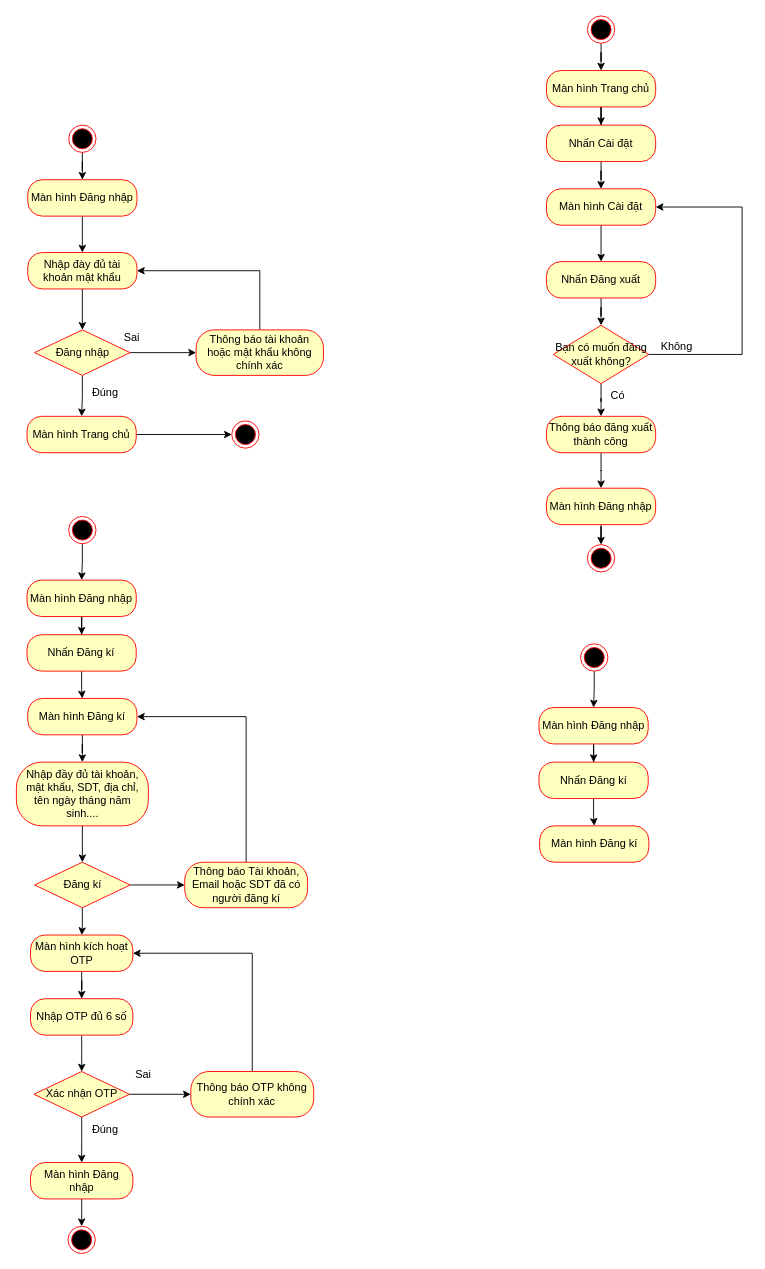
This is mockup-topfood.drawio from PhamHuyThien/top-food, a draw.io file, before an edit. Source tidied: cells renumbered, new cells numbered last; positions are measured from the earlier drawing's top-left corner, leaving out a move shared by most shapes. Both pictures are drawn from the tidied source at 91%, with x=0, y=0 at pixel (15, 15).
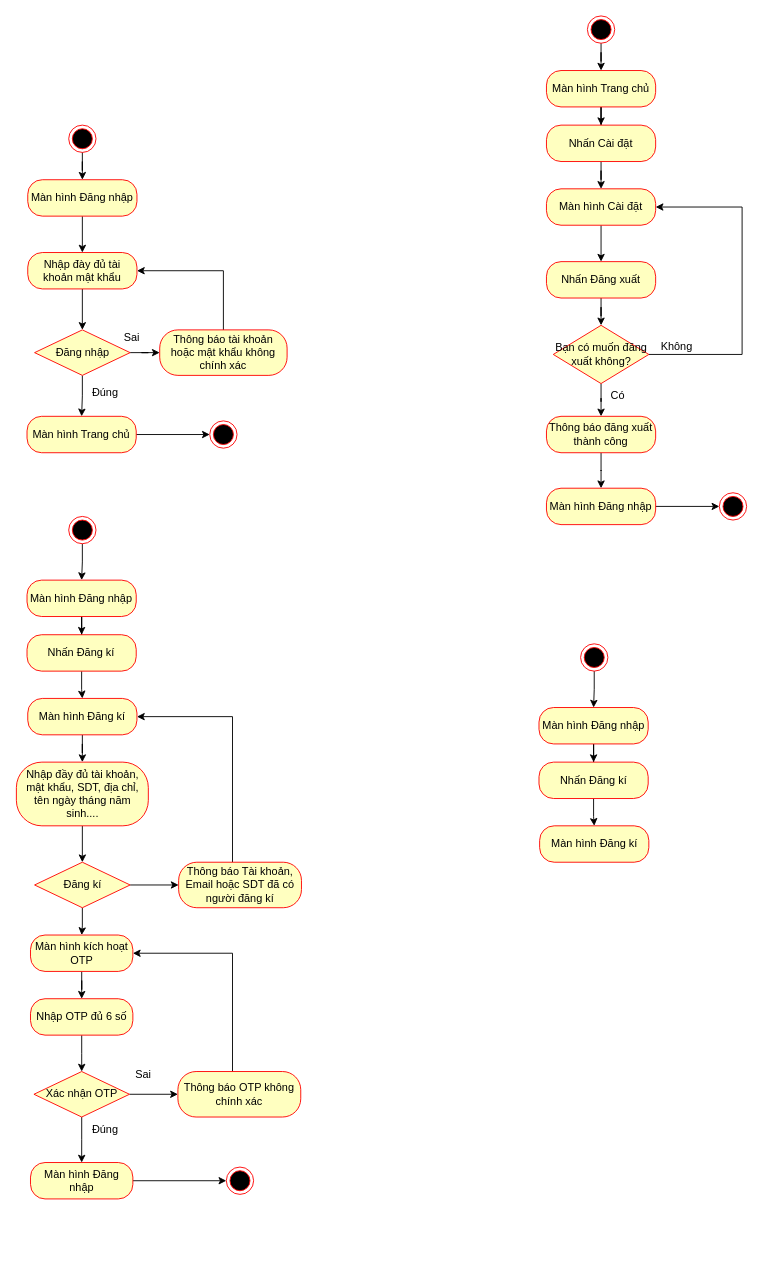
The same page after the edit.

The change refers to these unchanged cells:
```xml
<mxCell id="7" value="Nhập đày đủ tài khoản mật khẩu" style="rounded=1;whiteSpace=wrap;html=1;arcSize=40;fontColor=#000000;fillColor=#ffffc0;strokeColor=#ff0000;" parent="1" vertex="1">
  <mxGeometry x="13" y="260" width="120" height="40" as="geometry" />
</mxCell>
<mxCell id="21" value="Màn hình Đăng kí" style="rounded=1;whiteSpace=wrap;html=1;arcSize=40;fontColor=#000000;fillColor=#ffffc0;strokeColor=#ff0000;" parent="1" vertex="1">
  <mxGeometry x="13" y="750" width="120" height="40" as="geometry" />
</mxCell>
<mxCell id="30" value="Màn hình kích hoạt OTP" style="rounded=1;whiteSpace=wrap;html=1;arcSize=40;fontColor=#000000;fillColor=#ffffc0;strokeColor=#ff0000;" parent="1" vertex="1">
  <mxGeometry x="16" y="1010" width="112.5" height="40" as="geometry" />
</mxCell>
<mxCell id="39" value="Màn hình Đăng nhập" style="rounded=1;whiteSpace=wrap;html=1;arcSize=40;fontColor=#000000;fillColor=#ffffc0;strokeColor=#ff0000;" parent="1" vertex="1">
  <mxGeometry x="16" y="1260" width="112.5" height="40" as="geometry" />
</mxCell>
<mxCell id="51" value="Màn hình Đăng nhập" style="rounded=1;whiteSpace=wrap;html=1;arcSize=40;fontColor=#000000;fillColor=#ffffc0;strokeColor=#ff0000;" parent="1" vertex="1">
  <mxGeometry x="583" y="519" width="120" height="40" as="geometry" />
</mxCell>
```

Change to the diagram source:
```diff
@@
     <mxCell id="11" style="edgeStyle=orthogonalEdgeStyle;rounded=0;jettySize=auto;html=1;entryX=1;entryY=0.5;entryDx=0;entryDy=0;" parent="1" edge="1" source="12" target="7">
       <mxGeometry relative="1" as="geometry">
         <Array as="points">
-          <mxPoint x="268" y="280" />
+          <mxPoint x="228" y="280" />
         </Array>
       </mxGeometry>
     </mxCell>
     <mxCell id="12" value="Thông báo tài khoản hoặc mật khẩu không chính xác" style="rounded=1;whiteSpace=wrap;html=1;arcSize=40;fontColor=#000000;fillColor=#ffffc0;strokeColor=#ff0000;" parent="1" vertex="1">
-      <mxGeometry x="198" y="345" width="140" height="50" as="geometry" />
+      <mxGeometry x="158" y="345" width="140" height="50" as="geometry" />
     </mxCell>
@@
     <mxCell id="15" style="ellipse;html=1;shape=endState;fillColor=#000000;strokeColor=#ff0000;" parent="1" vertex="1">
-      <mxGeometry x="237.2" y="445" width="30" height="30" as="geometry" />
+      <mxGeometry x="213" y="445" width="30" height="30" as="geometry" />
     </mxCell>
@@
     <mxCell id="27" style="edgeStyle=orthogonalEdgeStyle;rounded=0;jettySize=auto;html=1;entryX=1;entryY=0.5;entryDx=0;entryDy=0;" parent="1" edge="1" source="28" target="21">
       <mxGeometry relative="1" as="geometry">
         <Array as="points">
-          <mxPoint x="253" y="770" />
+          <mxPoint x="238" y="770" />
         </Array>
       </mxGeometry>
     </mxCell>
     <mxCell id="28" value="Thông báo Tài khoản, Email hoặc SDT đã có người đăng kí" style="rounded=1;whiteSpace=wrap;html=1;arcSize=40;fontColor=#000000;fillColor=#ffffc0;strokeColor=#ff0000;" parent="1" vertex="1">
-      <mxGeometry x="185.5" y="930" width="135" height="50" as="geometry" />
+      <mxGeometry x="178.8" y="930" width="135" height="50" as="geometry" />
     </mxCell>
@@
     <mxCell id="36" style="edgeStyle=orthogonalEdgeStyle;rounded=0;jettySize=auto;html=1;entryX=1;entryY=0.5;entryDx=0;entryDy=0;" parent="1" edge="1" source="37" target="30">
       <mxGeometry relative="1" as="geometry">
         <Array as="points">
-          <mxPoint x="260.2" y="1030" />
+          <mxPoint x="238" y="1030" />
         </Array>
       </mxGeometry>
     </mxCell>
     <mxCell id="37" value="Thông báo OTP không chính xác" style="rounded=1;whiteSpace=wrap;html=1;arcSize=40;fontColor=#000000;fillColor=#ffffc0;strokeColor=#ff0000;" parent="1" vertex="1">
-      <mxGeometry x="192.2" y="1160" width="135" height="50" as="geometry" />
+      <mxGeometry x="178" y="1160" width="135" height="50" as="geometry" />
     </mxCell>
-    <mxCell id="38" style="edgeStyle=orthogonalEdgeStyle;rounded=0;jettySize=auto;html=1;entryX=0.5;entryY=0;entryDx=0;entryDy=0;" parent="1" edge="1" source="39" target="40">
+    <mxCell id="38" style="edgeStyle=orthogonalEdgeStyle;rounded=0;jettySize=auto;html=1;" parent="1" edge="1" source="39" target="40">
       <mxGeometry relative="1" as="geometry" />
     </mxCell>
@@
     <mxCell id="40" style="ellipse;html=1;shape=endState;fillColor=#000000;strokeColor=#ff0000;" parent="1" vertex="1">
-      <mxGeometry x="57.2" y="1330" width="30" height="30" as="geometry" />
+      <mxGeometry x="231.2" y="1265" width="30" height="30" as="geometry" />
     </mxCell>
@@
-    <mxCell id="50" style="edgeStyle=orthogonalEdgeStyle;rounded=0;jettySize=auto;html=1;entryX=0.5;entryY=0;entryDx=0;entryDy=0;" parent="1" edge="1" source="51" target="52">
+    <mxCell id="50" style="edgeStyle=orthogonalEdgeStyle;rounded=0;jettySize=auto;html=1;entryX=0;entryY=0.5;entryDx=0;entryDy=0;" parent="1" edge="1" source="51" target="52">
       <mxGeometry relative="1" as="geometry" />
     </mxCell>
@@
     <mxCell id="52" style="ellipse;html=1;shape=endState;fillColor=#000000;strokeColor=#ff0000;" parent="1" vertex="1">
-      <mxGeometry x="628" y="581" width="30" height="30" as="geometry" />
+      <mxGeometry x="773" y="524" width="30" height="30" as="geometry" />
     </mxCell>
```
